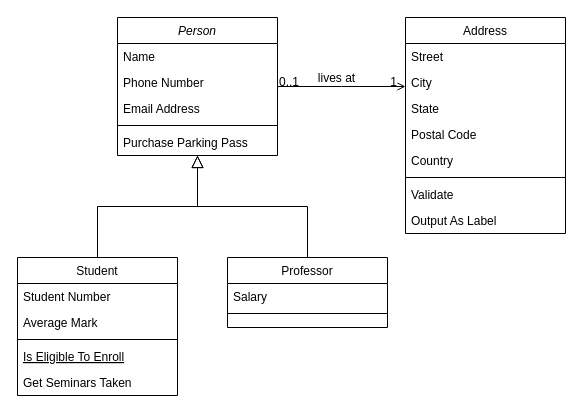
Earlier version of the draw.io diagram Diagrama sem nome.drawio (yangsouza/CSharp). Source tidied: cells renumbered, new cells numbered last; positions are measured from the earlier drawing's top-left corner, leaving out a move shared by most shapes. Both pictures are drawn from the tidied source at 100%, with x=0, y=0 at pixel (17, 17).
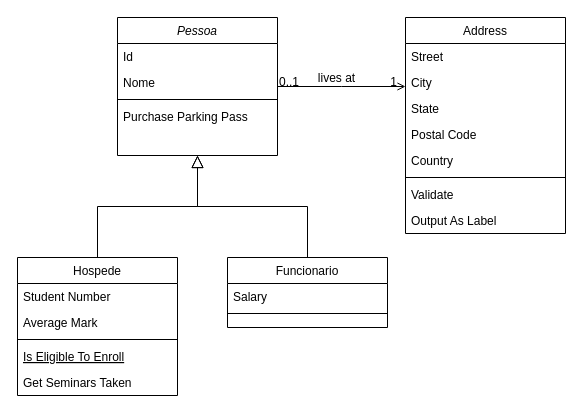
After the change.

The edit, as a diff of the source:
```diff
@@
-    <mxCell id="2" value="Person" style="swimlane;fontStyle=2;align=center;verticalAlign=top;horizontal=1;startSize=26;rounded=0;shadow=0;strokeWidth=1;" parent="1" vertex="1">
+    <mxCell id="2" value="Pessoa" style="swimlane;fontStyle=2;align=center;verticalAlign=top;horizontal=1;startSize=26;rounded=0;shadow=0;strokeWidth=1;" parent="1" vertex="1">
       <mxGeometry x="100" width="160" height="138" as="geometry" />
     </mxCell>
-    <mxCell id="3" value="Name" style="text;align=left;verticalAlign=top;spacingLeft=4;spacingRight=4;overflow=hidden;" parent="2" vertex="1">
+    <mxCell id="3" value="Id" style="text;align=left;verticalAlign=top;spacingLeft=4;spacingRight=4;overflow=hidden;" parent="2" vertex="1">
       <mxGeometry y="26" width="160" height="26" as="geometry" />
     </mxCell>
-    <mxCell id="4" value="Phone Number" style="text;align=left;verticalAlign=top;spacingLeft=4;spacingRight=4;overflow=hidden;rounded=0;shadow=0;html=0;" parent="2" vertex="1">
+    <mxCell id="4" value="Nome" style="text;align=left;verticalAlign=top;spacingLeft=4;spacingRight=4;overflow=hidden;rounded=0;shadow=0;html=0;" parent="2" vertex="1">
       <mxGeometry y="52" width="160" height="26" as="geometry" />
     </mxCell>
-    <mxCell id="5" value="Email Address" style="text;align=left;verticalAlign=top;spacingLeft=4;spacingRight=4;overflow=hidden;rounded=0;shadow=0;html=0;" parent="2" vertex="1">
-      <mxGeometry y="78" width="160" height="26" as="geometry" />
-    </mxCell>
     <mxCell id="6" style="line;html=1;strokeWidth=1;align=left;verticalAlign=middle;spacingTop=-1;spacingLeft=3;spacingRight=3;labelPosition=right;" parent="2" vertex="1">
-      <mxGeometry y="104" width="160" height="8" as="geometry" />
+      <mxGeometry y="78" width="160" height="8" as="geometry" />
     </mxCell>
     <mxCell id="7" value="Purchase Parking Pass" style="text;align=left;verticalAlign=top;spacingLeft=4;spacingRight=4;overflow=hidden;" parent="2" vertex="1">
-      <mxGeometry y="112" width="160" height="26" as="geometry" />
+      <mxGeometry y="86" width="160" height="26" as="geometry" />
     </mxCell>
-    <mxCell id="8" value="Student" style="swimlane;fontStyle=0;align=center;verticalAlign=top;horizontal=1;startSize=26;rounded=0;shadow=0;strokeWidth=1;" parent="1" vertex="1">
+    <mxCell id="8" value="Hospede" style="swimlane;fontStyle=0;align=center;verticalAlign=top;horizontal=1;startSize=26;rounded=0;shadow=0;strokeWidth=1;" parent="1" vertex="1">
       <mxGeometry y="240" width="160" height="138" as="geometry" />
     </mxCell>
@@
-    <mxCell id="15" value="Professor" style="swimlane;fontStyle=0;align=center;verticalAlign=top;horizontal=1;startSize=26;rounded=0;shadow=0;strokeWidth=1;" parent="1" vertex="1">
+    <mxCell id="15" value="Funcionario" style="swimlane;fontStyle=0;align=center;verticalAlign=top;horizontal=1;startSize=26;rounded=0;shadow=0;strokeWidth=1;" parent="1" vertex="1">
       <mxGeometry x="210" y="240" width="160" height="70" as="geometry" />
     </mxCell>
```
